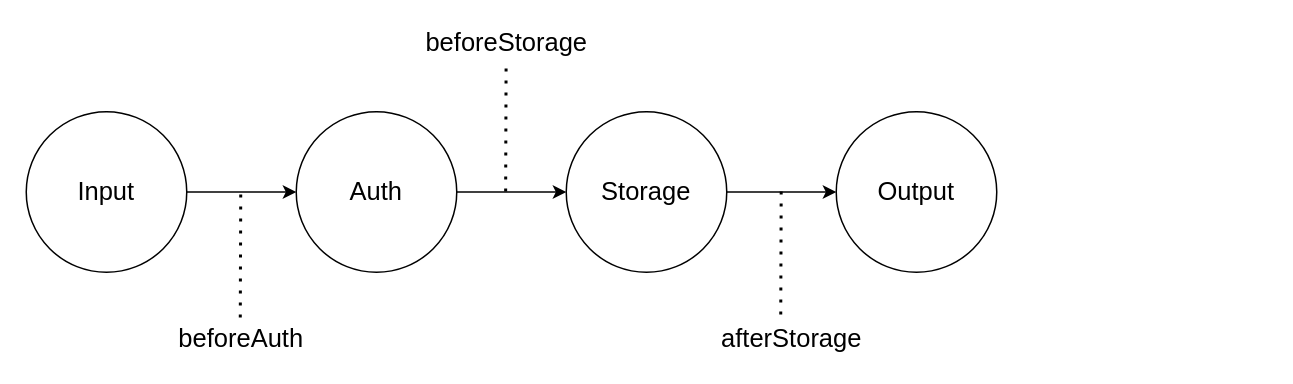
This is doc/3_上传流程.drawio from Redns/North, a draw.io file, before an edit. Source tidied: cells renumbered, new cells numbered last; positions are measured from the earlier drawing's top-left corner, leaving out a move shared by most shapes. Both pictures are drawn from the tidied source at 150%, with x=0, y=0 at pixel (26, 26).
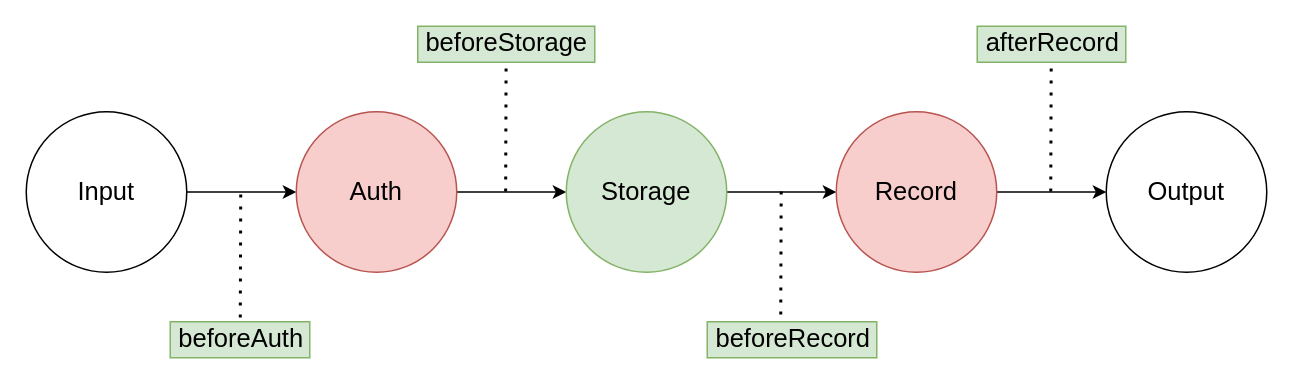
After the change.

Change to the diagram source:
```diff
@@
-    <mxCell id="5" value="Auth" style="ellipse;whiteSpace=wrap;html=1;fontSize=17;" parent="1" vertex="1">
+    <mxCell id="5" value="Auth" style="ellipse;whiteSpace=wrap;html=1;fontSize=17;fillColor=#f8cecc;strokeColor=#b85450;" parent="1" vertex="1">
       <mxGeometry x="180" y="57" width="107" height="107" as="geometry" />
     </mxCell>
@@
-    <mxCell id="7" value="Storage" style="ellipse;whiteSpace=wrap;html=1;fontSize=17;" parent="1" vertex="1">
+    <mxCell id="7" value="Storage" style="ellipse;whiteSpace=wrap;html=1;fontSize=17;fillColor=#d5e8d4;strokeColor=#82b366;" parent="1" vertex="1">
       <mxGeometry x="360" y="57" width="107" height="107" as="geometry" />
     </mxCell>
+    <mxCell id="15" style="edgeStyle=orthogonalEdgeStyle;rounded=0;jettySize=auto;html=1;exitX=1;exitY=0.5;exitDx=0;exitDy=0;entryX=0;entryY=0.5;entryDx=0;entryDy=0;" parent="1" edge="1" source="8" target="16">
+      <mxGeometry relative="1" as="geometry" />
+    </mxCell>
-    <mxCell id="8" value="Output" style="ellipse;whiteSpace=wrap;html=1;fontSize=17;" parent="1" vertex="1">
+    <mxCell id="8" value="Record" style="ellipse;whiteSpace=wrap;html=1;fontSize=17;fillColor=#f8cecc;strokeColor=#b85450;" parent="1" vertex="1">
       <mxGeometry x="540" y="57" width="107" height="107" as="geometry" />
     </mxCell>
-    <mxCell id="9" value="beforeAuth" style="text;html=1;align=center;verticalAlign=middle;points=[];strokeColor=none;fillColor=none;fontSize=17;" parent="1" vertex="1">
+    <mxCell id="9" value="beforeAuth" style="text;html=1;align=center;verticalAlign=middle;points=[];strokeColor=#82b366;fillColor=#d5e8d4;fontSize=17;" parent="1" vertex="1">
       <mxGeometry x="96" y="197" width="93" height="24" as="geometry" />
     </mxCell>
-    <mxCell id="10" value="beforeStorage" style="text;html=1;align=center;verticalAlign=middle;strokeColor=none;fillColor=none;fontSize=17;" parent="1" vertex="1">
+    <mxCell id="10" value="beforeStorage" style="text;html=1;align=center;verticalAlign=middle;strokeColor=#82b366;fillColor=#d5e8d4;fontSize=17;" parent="1" vertex="1">
       <mxGeometry x="261" width="118" height="24" as="geometry" />
     </mxCell>
-    <mxCell id="11" value="afterStorage" style="text;html=1;align=center;verticalAlign=middle;strokeColor=none;fillColor=none;fontSize=17;" parent="1" vertex="1">
-      <mxGeometry x="458" y="197" width="104" height="24" as="geometry" />
+    <mxCell id="11" value="beforeRecord" style="text;html=1;align=center;verticalAlign=middle;strokeColor=#82b366;fillColor=#d5e8d4;fontSize=17;" parent="1" vertex="1">
+      <mxGeometry x="454" y="197" width="113" height="24" as="geometry" />
     </mxCell>
@@
+    <mxCell id="16" value="Output" style="ellipse;whiteSpace=wrap;html=1;fontSize=17;" parent="1" vertex="1">
+      <mxGeometry x="720" y="57" width="107" height="107" as="geometry" />
+    </mxCell>
+    <mxCell id="17" style="endArrow=none;dashed=1;html=1;dashPattern=1 3;strokeWidth=2;rounded=0;fontSize=17;exitX=0.502;exitY=-0.115;exitDx=0;exitDy=0;exitPerimeter=0;" parent="1" edge="1">
+      <mxGeometry relative="1" as="geometry">
+        <mxPoint x="683" y="110.2" as="sourcePoint" />
+        <mxPoint x="683.3" y="24" as="targetPoint" />
+      </mxGeometry>
+    </mxCell>
+    <mxCell id="18" value="afterRecord" style="text;html=1;align=center;verticalAlign=middle;strokeColor=#82b366;fillColor=#d5e8d4;fontSize=17;" parent="1" vertex="1">
+      <mxGeometry x="634" width="99" height="24" as="geometry" />
+    </mxCell>
```
